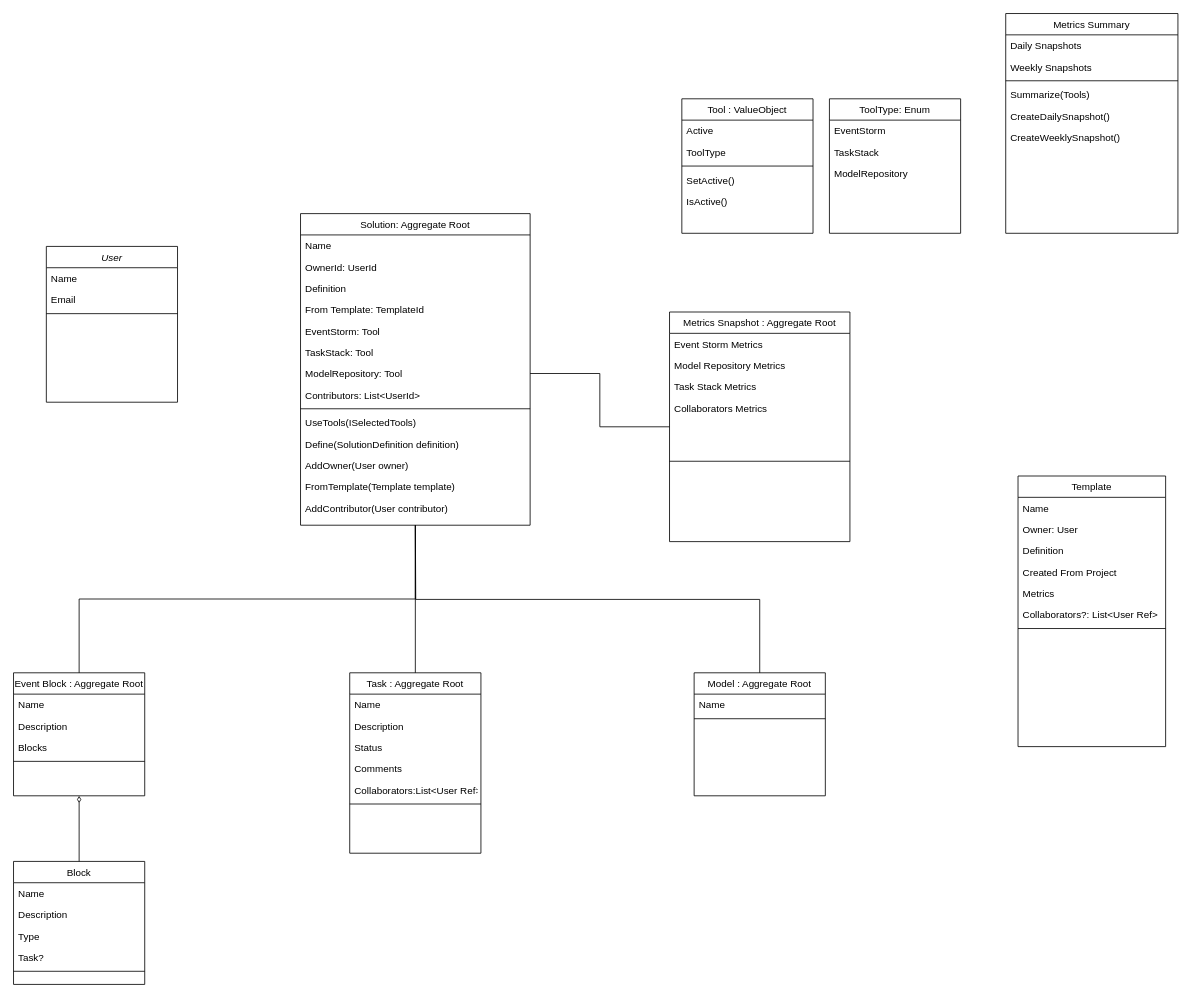
Above: models.drawio in EVaughan00/event-storm (draw.io), before the change. Source tidied: cells renumbered, new cells numbered last; positions are measured from the earlier drawing's top-left corner, leaving out a move shared by most shapes. Both pictures are drawn from the tidied source at 82%, with x=0, y=0 at pixel (13, 13).
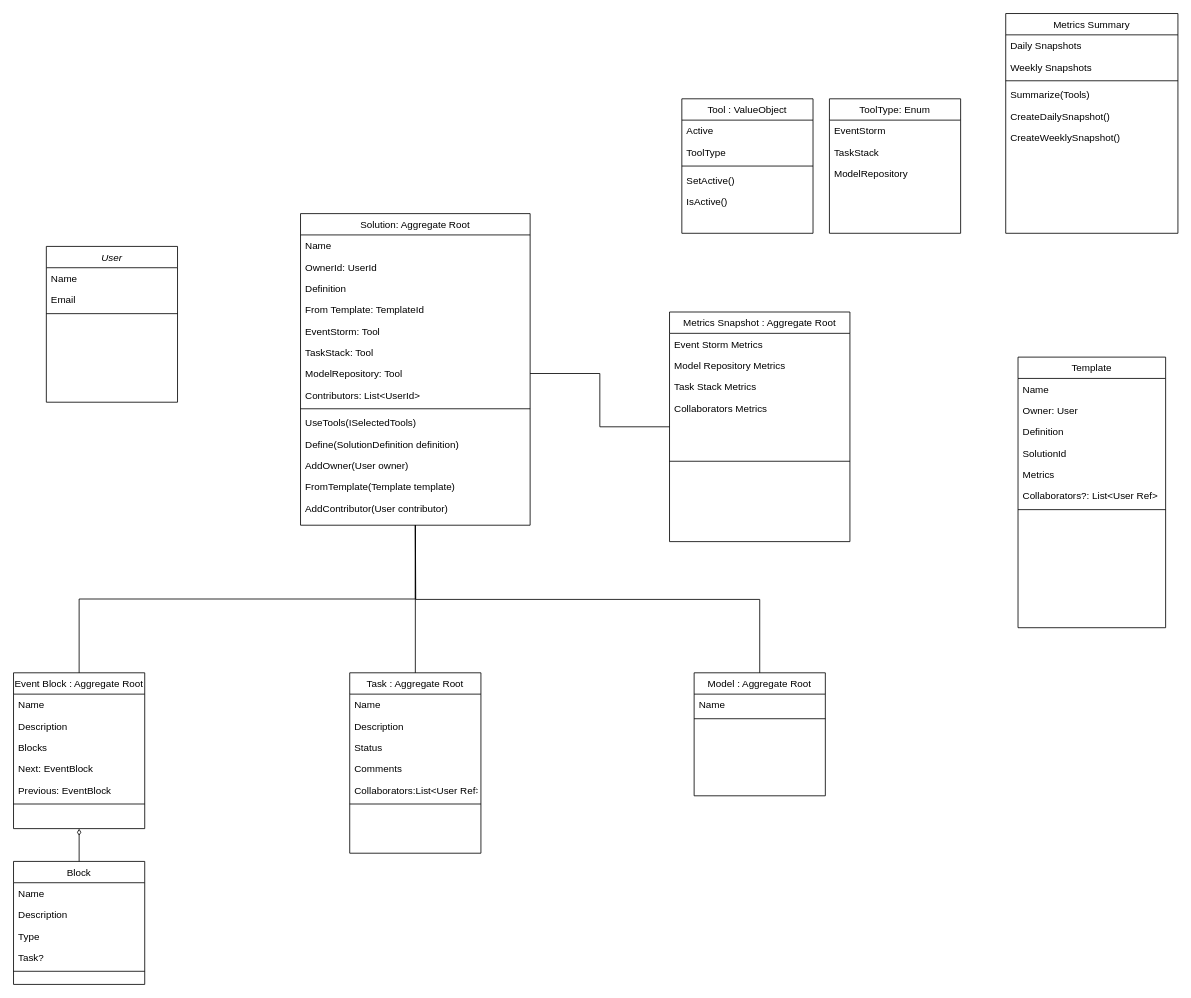
The same page after the edit.

Unchanged cells that the change refers to:
```xml
<mxCell id="33" value="Block" style="swimlane;fontStyle=0;align=center;verticalAlign=top;horizontal=1;startSize=26;rounded=0;shadow=0;strokeWidth=1;" parent="1" vertex="1">
  <mxGeometry y="1034" width="160" height="150" as="geometry" />
</mxCell>
```

The edit, as a diff of the source:
```diff
@@
     <mxCell id="28" value="Event Block : Aggregate Root" style="swimlane;fontStyle=0;align=center;verticalAlign=top;horizontal=1;startSize=26;rounded=0;shadow=0;strokeWidth=1;" parent="1" vertex="1">
-      <mxGeometry y="804" width="160" height="150" as="geometry" />
+      <mxGeometry y="804" width="160" height="190" as="geometry" />
     </mxCell>
@@
+    <mxCell id="79" value="Next: EventBlock" style="text;align=left;verticalAlign=top;spacingLeft=4;spacingRight=4;overflow=hidden;rounded=0;shadow=0;html=0;" parent="28" vertex="1">
+      <mxGeometry y="104" width="160" height="26" as="geometry" />
+    </mxCell>
+    <mxCell id="80" value="Previous: EventBlock" style="text;align=left;verticalAlign=top;spacingLeft=4;spacingRight=4;overflow=hidden;rounded=0;shadow=0;html=0;" parent="28" vertex="1">
+      <mxGeometry y="130" width="160" height="26" as="geometry" />
+    </mxCell>
     <mxCell id="32" style="line;html=1;strokeWidth=1;align=left;verticalAlign=middle;spacingTop=-1;spacingLeft=3;spacingRight=3;labelPosition=right;" parent="28" vertex="1">
-      <mxGeometry y="104" width="160" height="8" as="geometry" />
+      <mxGeometry y="156" width="160" height="8" as="geometry" />
     </mxCell>
@@
     <mxCell id="45" value="Template" style="swimlane;fontStyle=0;align=center;verticalAlign=top;horizontal=1;startSize=26;rounded=0;shadow=0;strokeWidth=1;" parent="1" vertex="1">
-      <mxGeometry x="1225" y="564" width="180" height="330" as="geometry" />
+      <mxGeometry x="1225" y="419" width="180" height="330" as="geometry" />
     </mxCell>
@@
-    <mxCell id="49" value="Created From Project" style="text;align=left;verticalAlign=top;spacingLeft=4;spacingRight=4;overflow=hidden;rounded=0;shadow=0;html=0;" parent="45" vertex="1">
+    <mxCell id="49" value="SolutionId" style="text;align=left;verticalAlign=top;spacingLeft=4;spacingRight=4;overflow=hidden;rounded=0;shadow=0;html=0;" parent="45" vertex="1">
       <mxGeometry y="104" width="180" height="26" as="geometry" />
     </mxCell>
@@
     <mxCell id="78" style="edgeStyle=orthogonalEdgeStyle;rounded=0;jettySize=auto;html=1;endArrow=diamondThin;endFill=0;exitX=0.5;exitY=0;exitDx=0;exitDy=0;" parent="1" edge="1" source="33">
       <mxGeometry relative="1" as="geometry">
-        <mxPoint x="80" y="954" as="targetPoint" />
+        <mxPoint x="80" y="994" as="targetPoint" />
       </mxGeometry>
     </mxCell>
```
